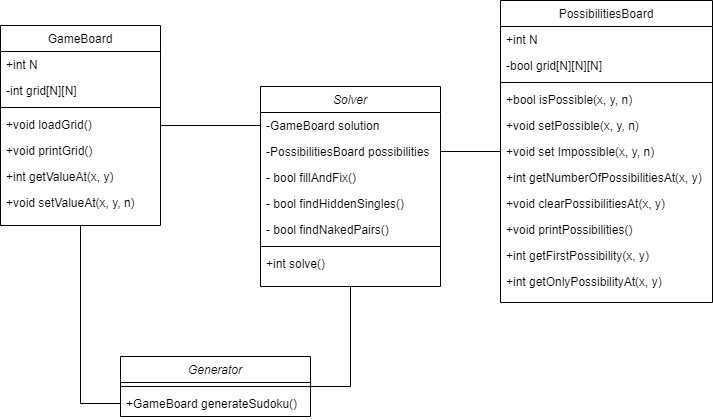
Before: Rysunki/schematSolvera.png, a diagram exported from draw.io (GoodFloor/SudokuSolver). Source tidied: cells renumbered, new cells last; positions are measured from the earlier drawing's top-left corner, leaving out a move shared by most shapes.
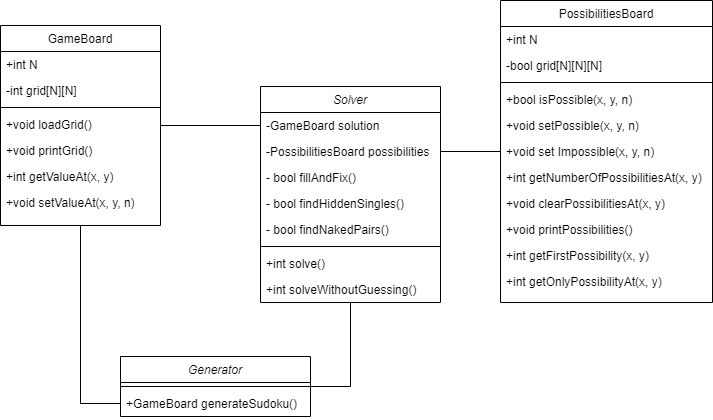
Above is the later version.

Diff of the diagram source:
```diff
@@ -3,7 +3,7 @@
     <mxCell id="0" />
     <mxCell id="1" parent="0" />
     <mxCell id="2" value="Solver" style="swimlane;fontStyle=2;align=center;verticalAlign=top;horizontal=1;startSize=26;rounded=0;shadow=0;strokeWidth=1;" parent="1" vertex="1">
-      <mxGeometry x="260" y="86" width="180" height="200" as="geometry" />
+      <mxGeometry x="260" y="86" width="180" height="216" as="geometry" />
     </mxCell>
     <mxCell id="3" value="-GameBoard solution" style="text;align=left;verticalAlign=top;spacingLeft=4;spacingRight=4;overflow=hidden;points=[[0,0.5],[1,0.5]];portConstraint=eastwest;" parent="2" vertex="1">
       <mxGeometry y="26" width="180" height="26" as="geometry" />
@@ -26,6 +26,9 @@
     <mxCell id="9" value="+int solve()" style="text;align=left;verticalAlign=top;spacingLeft=4;spacingRight=4;overflow=hidden;" parent="2" vertex="1">
       <mxGeometry y="164" width="180" height="26" as="geometry" />
     </mxCell>
+    <mxCell id="37" value="+int solveWithoutGuessing()" style="text;align=left;verticalAlign=top;spacingLeft=4;spacingRight=4;overflow=hidden;" parent="2" vertex="1">
+      <mxGeometry y="190" width="180" height="26" as="geometry" />
+    </mxCell>
     <mxCell id="10" value="GameBoard" style="swimlane;fontStyle=0;align=center;verticalAlign=top;horizontal=1;startSize=26;rounded=0;shadow=0;strokeWidth=1;" parent="1" vertex="1">
       <mxGeometry y="25" width="160" height="200" as="geometry" />
     </mxCell>
```
